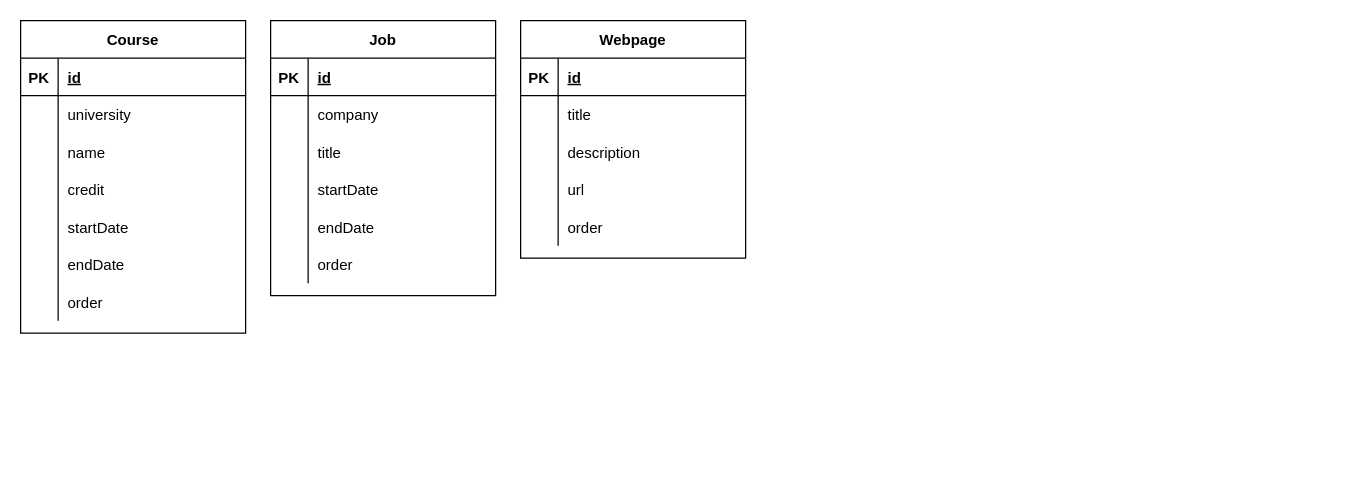
This is webbutveckling/Webbutveckling3/Moment6/database.drawio from EliasEriksson/miun, a draw.io file, before an edit. Source tidied: cells renumbered, new cells numbered last; positions are measured from the earlier drawing's top-left corner, leaving out a move shared by most shapes. Both pictures are drawn from the tidied source at 125%, with x=0, y=0 at pixel (20, 20).
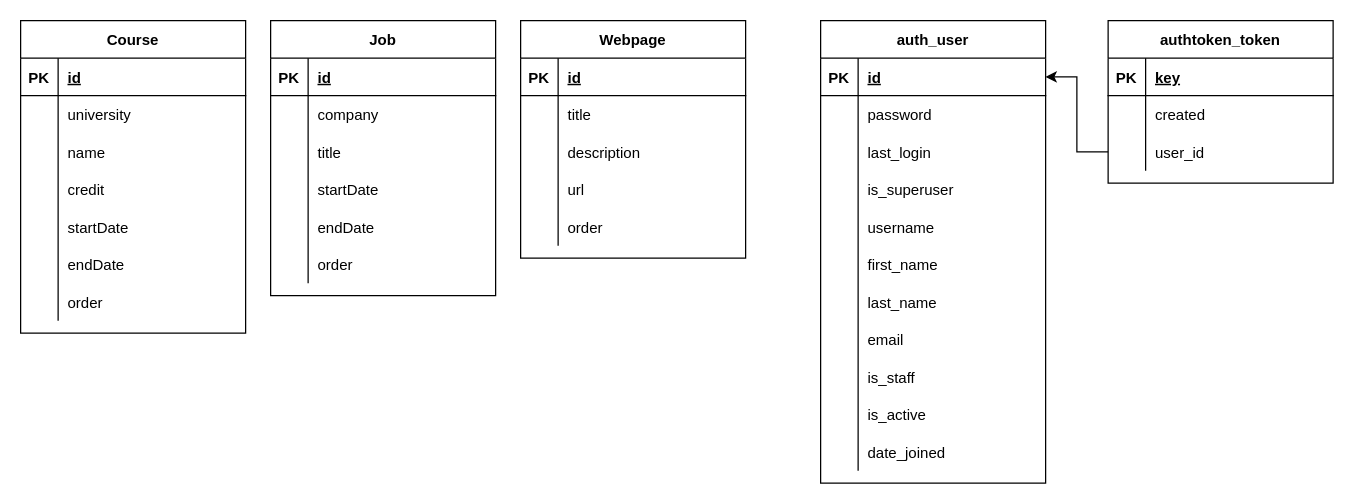
The same page after the edit.

Change to the diagram source:
```diff
@@
+    <mxCell id="59" value="auth_user" style="shape=table;startSize=30;childLayout=tableLayout;rowLines=0;fontStyle=1;align=center;" parent="1" vertex="1">
+      <mxGeometry x="640" width="180" height="370" as="geometry" />
+    </mxCell>
+    <mxCell id="60" style="shape=partialRectangle;fillColor=none;top=0;left=0;bottom=1;right=0;points=[[0,0.5],[1,0.5]];portConstraint=eastwest;" parent="59" vertex="1">
+      <mxGeometry y="30" width="180" height="30" as="geometry" />
+    </mxCell>
+    <mxCell id="61" value="PK" style="shape=partialRectangle;fillColor=none;top=0;left=0;bottom=0;right=0;fontStyle=1;overflow=hidden;" parent="60" vertex="1">
+      <mxGeometry width="30" height="30" as="geometry" />
+    </mxCell>
+    <mxCell id="62" value="id" style="shape=partialRectangle;fillColor=none;top=0;left=0;bottom=0;right=0;align=left;spacingLeft=6;fontStyle=5;overflow=hidden;" parent="60" vertex="1">
+      <mxGeometry x="30" width="150" height="30" as="geometry" />
+    </mxCell>
+    <mxCell id="63" style="shape=partialRectangle;fillColor=none;top=0;left=0;bottom=0;right=0;" parent="59" vertex="1">
+      <mxGeometry y="60" width="180" height="30" as="geometry" />
+    </mxCell>
+    <mxCell id="64" style="shape=partialRectangle;fillColor=none;top=0;left=0;bottom=0;right=0;overflow=hidden;" parent="63" vertex="1">
+      <mxGeometry width="30" height="30" as="geometry" />
+    </mxCell>
+    <mxCell id="65" value="password" style="shape=partialRectangle;fillColor=none;top=0;left=0;bottom=0;right=0;align=left;spacingLeft=6;overflow=hidden;" parent="63" vertex="1">
+      <mxGeometry x="30" width="150" height="30" as="geometry" />
+    </mxCell>
+    <mxCell id="66" style="shape=partialRectangle;fillColor=none;top=0;left=0;bottom=0;right=0;" parent="59" vertex="1">
+      <mxGeometry y="90" width="180" height="30" as="geometry" />
+    </mxCell>
+    <mxCell id="67" style="shape=partialRectangle;fillColor=none;top=0;left=0;bottom=0;right=0;overflow=hidden;" parent="66" vertex="1">
+      <mxGeometry width="30" height="30" as="geometry" />
+    </mxCell>
+    <mxCell id="68" value="last_login" style="shape=partialRectangle;fillColor=none;top=0;left=0;bottom=0;right=0;align=left;spacingLeft=6;overflow=hidden;" parent="66" vertex="1">
+      <mxGeometry x="30" width="150" height="30" as="geometry" />
+    </mxCell>
+    <mxCell id="69" style="shape=partialRectangle;fillColor=none;top=0;left=0;bottom=0;right=0;" parent="59" vertex="1">
+      <mxGeometry y="120" width="180" height="30" as="geometry" />
+    </mxCell>
+    <mxCell id="70" style="shape=partialRectangle;fillColor=none;top=0;left=0;bottom=0;right=0;overflow=hidden;" parent="69" vertex="1">
+      <mxGeometry width="30" height="30" as="geometry" />
+    </mxCell>
+    <mxCell id="71" value="is_superuser" style="shape=partialRectangle;fillColor=none;top=0;left=0;bottom=0;right=0;align=left;spacingLeft=6;overflow=hidden;" parent="69" vertex="1">
+      <mxGeometry x="30" width="150" height="30" as="geometry" />
+    </mxCell>
+    <mxCell id="72" style="shape=partialRectangle;fillColor=none;top=0;left=0;bottom=0;right=0;" parent="59" vertex="1">
+      <mxGeometry y="150" width="180" height="30" as="geometry" />
+    </mxCell>
+    <mxCell id="73" style="shape=partialRectangle;fillColor=none;top=0;left=0;bottom=0;right=0;overflow=hidden;" parent="72" vertex="1">
+      <mxGeometry width="30" height="30" as="geometry" />
+    </mxCell>
+    <mxCell id="74" value="username" style="shape=partialRectangle;fillColor=none;top=0;left=0;bottom=0;right=0;align=left;spacingLeft=6;overflow=hidden;" parent="72" vertex="1">
+      <mxGeometry x="30" width="150" height="30" as="geometry" />
+    </mxCell>
+    <mxCell id="75" style="shape=partialRectangle;fillColor=none;top=0;left=0;bottom=0;right=0;" parent="59" vertex="1">
+      <mxGeometry y="180" width="180" height="30" as="geometry" />
+    </mxCell>
+    <mxCell id="76" style="shape=partialRectangle;fillColor=none;top=0;left=0;bottom=0;right=0;overflow=hidden;" parent="75" vertex="1">
+      <mxGeometry width="30" height="30" as="geometry" />
+    </mxCell>
+    <mxCell id="77" value="first_name" style="shape=partialRectangle;fillColor=none;top=0;left=0;bottom=0;right=0;align=left;spacingLeft=6;overflow=hidden;" parent="75" vertex="1">
+      <mxGeometry x="30" width="150" height="30" as="geometry" />
+    </mxCell>
+    <mxCell id="78" style="shape=partialRectangle;fillColor=none;top=0;left=0;bottom=0;right=0;" parent="59" vertex="1">
+      <mxGeometry y="210" width="180" height="30" as="geometry" />
+    </mxCell>
+    <mxCell id="79" style="shape=partialRectangle;fillColor=none;top=0;left=0;bottom=0;right=0;overflow=hidden;" parent="78" vertex="1">
+      <mxGeometry width="30" height="30" as="geometry" />
+    </mxCell>
+    <mxCell id="80" value="last_name" style="shape=partialRectangle;fillColor=none;top=0;left=0;bottom=0;right=0;align=left;spacingLeft=6;overflow=hidden;" parent="78" vertex="1">
+      <mxGeometry x="30" width="150" height="30" as="geometry" />
+    </mxCell>
+    <mxCell id="81" style="shape=partialRectangle;fillColor=none;top=0;left=0;bottom=0;right=0;" parent="59" vertex="1">
+      <mxGeometry y="240" width="180" height="30" as="geometry" />
+    </mxCell>
+    <mxCell id="82" style="shape=partialRectangle;fillColor=none;top=0;left=0;bottom=0;right=0;overflow=hidden;" parent="81" vertex="1">
+      <mxGeometry width="30" height="30" as="geometry" />
+    </mxCell>
+    <mxCell id="83" value="email" style="shape=partialRectangle;fillColor=none;top=0;left=0;bottom=0;right=0;align=left;spacingLeft=6;overflow=hidden;" parent="81" vertex="1">
+      <mxGeometry x="30" width="150" height="30" as="geometry" />
+    </mxCell>
+    <mxCell id="84" style="shape=partialRectangle;fillColor=none;top=0;left=0;bottom=0;right=0;" parent="59" vertex="1">
+      <mxGeometry y="270" width="180" height="30" as="geometry" />
+    </mxCell>
+    <mxCell id="85" style="shape=partialRectangle;fillColor=none;top=0;left=0;bottom=0;right=0;overflow=hidden;" parent="84" vertex="1">
+      <mxGeometry width="30" height="30" as="geometry" />
+    </mxCell>
+    <mxCell id="86" value="is_staff" style="shape=partialRectangle;fillColor=none;top=0;left=0;bottom=0;right=0;align=left;spacingLeft=6;overflow=hidden;" parent="84" vertex="1">
+      <mxGeometry x="30" width="150" height="30" as="geometry" />
+    </mxCell>
+    <mxCell id="87" style="shape=partialRectangle;fillColor=none;top=0;left=0;bottom=0;right=0;" parent="59" vertex="1">
+      <mxGeometry y="300" width="180" height="30" as="geometry" />
+    </mxCell>
+    <mxCell id="88" style="shape=partialRectangle;fillColor=none;top=0;left=0;bottom=0;right=0;overflow=hidden;" parent="87" vertex="1">
+      <mxGeometry width="30" height="30" as="geometry" />
+    </mxCell>
+    <mxCell id="89" value="is_active" style="shape=partialRectangle;fillColor=none;top=0;left=0;bottom=0;right=0;align=left;spacingLeft=6;overflow=hidden;" parent="87" vertex="1">
+      <mxGeometry x="30" width="150" height="30" as="geometry" />
+    </mxCell>
+    <mxCell id="90" style="shape=partialRectangle;fillColor=none;top=0;left=0;bottom=0;right=0;" parent="59" vertex="1">
+      <mxGeometry y="330" width="180" height="30" as="geometry" />
+    </mxCell>
+    <mxCell id="91" style="shape=partialRectangle;fillColor=none;top=0;left=0;bottom=0;right=0;overflow=hidden;" parent="90" vertex="1">
+      <mxGeometry width="30" height="30" as="geometry" />
+    </mxCell>
+    <mxCell id="92" value="date_joined" style="shape=partialRectangle;fillColor=none;top=0;left=0;bottom=0;right=0;align=left;spacingLeft=6;overflow=hidden;" parent="90" vertex="1">
+      <mxGeometry x="30" width="150" height="30" as="geometry" />
+    </mxCell>
+    <mxCell id="93" value="authtoken_token" style="shape=table;startSize=30;childLayout=tableLayout;rowLines=0;fontStyle=1;align=center;" parent="1" vertex="1">
+      <mxGeometry x="870" width="180" height="130" as="geometry" />
+    </mxCell>
+    <mxCell id="94" style="shape=partialRectangle;fillColor=none;top=0;left=0;bottom=1;right=0;" parent="93" vertex="1">
+      <mxGeometry y="30" width="180" height="30" as="geometry" />
+    </mxCell>
+    <mxCell id="95" value="PK" style="shape=partialRectangle;fillColor=none;top=0;left=0;bottom=0;right=0;fontStyle=1;overflow=hidden;" parent="94" vertex="1">
+      <mxGeometry width="30" height="30" as="geometry" />
+    </mxCell>
+    <mxCell id="96" value="key" style="shape=partialRectangle;fillColor=none;top=0;left=0;bottom=0;right=0;align=left;spacingLeft=6;fontStyle=5;overflow=hidden;" parent="94" vertex="1">
+      <mxGeometry x="30" width="150" height="30" as="geometry" />
+    </mxCell>
+    <mxCell id="97" style="shape=partialRectangle;fillColor=none;top=0;left=0;bottom=0;right=0;" parent="93" vertex="1">
+      <mxGeometry y="60" width="180" height="30" as="geometry" />
+    </mxCell>
+    <mxCell id="98" style="shape=partialRectangle;fillColor=none;top=0;left=0;bottom=0;right=0;overflow=hidden;" parent="97" vertex="1">
+      <mxGeometry width="30" height="30" as="geometry" />
+    </mxCell>
+    <mxCell id="99" value="created" style="shape=partialRectangle;fillColor=none;top=0;left=0;bottom=0;right=0;align=left;spacingLeft=6;overflow=hidden;" parent="97" vertex="1">
+      <mxGeometry x="30" width="150" height="30" as="geometry" />
+    </mxCell>
+    <mxCell id="100" style="shape=partialRectangle;fillColor=none;top=0;left=0;bottom=0;right=0;points=[[0,0.5],[1,0.5]];portConstraint=eastwest;" parent="93" vertex="1">
+      <mxGeometry y="90" width="180" height="30" as="geometry" />
+    </mxCell>
+    <mxCell id="101" style="shape=partialRectangle;fillColor=none;top=0;left=0;bottom=0;right=0;overflow=hidden;" parent="100" vertex="1">
+      <mxGeometry width="30" height="30" as="geometry" />
+    </mxCell>
+    <mxCell id="102" value="user_id" style="shape=partialRectangle;fillColor=none;top=0;left=0;bottom=0;right=0;align=left;spacingLeft=6;overflow=hidden;" parent="100" vertex="1">
+      <mxGeometry x="30" width="150" height="30" as="geometry" />
+    </mxCell>
+    <mxCell id="103" style="edgeStyle=orthogonalEdgeStyle;rounded=0;jettySize=auto;html=1;entryX=1;entryY=0.5;entryDx=0;entryDy=0;" parent="1" edge="1" source="100" target="60">
+      <mxGeometry relative="1" as="geometry" />
+    </mxCell>
```
